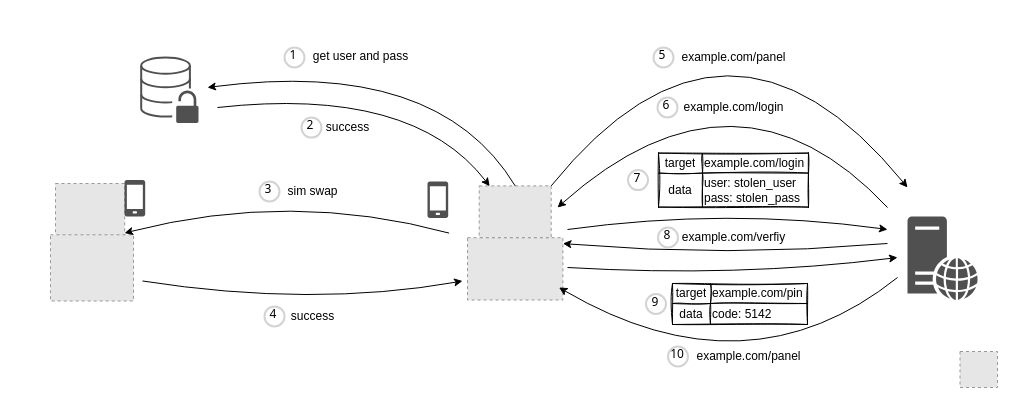
Above: two-factor-authentication-sim-swapping.drawio in qeeqbox/two-factor-authentication-sim-swapping (draw.io), before the change. Source tidied: cells renumbered, new cells numbered last; positions are measured from the earlier drawing's top-left corner, leaving out a move shared by most shapes. Both pictures are drawn from the tidied source at 100%, with x=0, y=0 at pixel (17, -33). Pictures stored in the file or linked from it are replaced by grey dashed boxes.
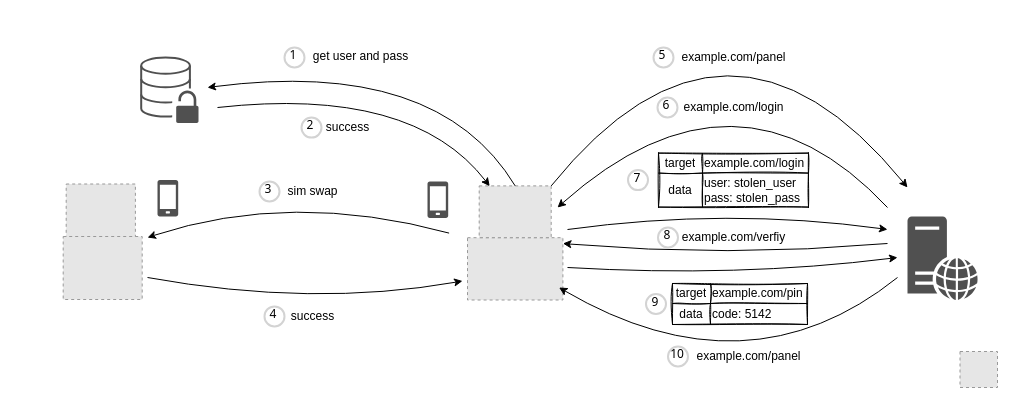
The same diagram, later.

Change to the diagram source:
```diff
@@
     <mxCell id="38" style="curved=1;endArrow=classic;html=1;" parent="1" edge="1">
       <mxGeometry relative="1" as="geometry">
-        <mxPoint x="125" y="313.5" as="sourcePoint" />
+        <mxPoint x="130" y="310" as="sourcePoint" />
         <mxPoint x="445" y="313.5" as="targetPoint" />
         <Array as="points">
           <mxPoint x="295" y="340" />
         </Array>
       </mxGeometry>
     </mxCell>
     <mxCell id="39" style="group;" parent="1" vertex="1">
-      <mxGeometry x="33" y="216" width="83" height="117.5" as="geometry" />
+      <mxGeometry x="43.7" y="214.5" width="84" height="117.5" as="geometry" />
     </mxCell>
     <mxCell id="40" style="fillColor=#E6E6E6;strokeColor=#999999;dashed=1;verticalLabelPosition=bottom;labelBackgroundColor=default;verticalAlign=top;" parent="39" vertex="1">
-      <mxGeometry x="5" width="69.2" height="69.2" as="geometry" />
+      <mxGeometry x="5" y="2" width="69.2" height="69.2" as="geometry" />
     </mxCell>
-    <mxCell id="41" style="fillColor=#E6E6E6;strokeColor=#999999;dashed=1;" parent="39" vertex="1">
-      <mxGeometry y="51.3" width="83" height="66.2" as="geometry" />
-    </mxCell>
+    <mxCell id="60" style="fillColor=#E6E6E6;strokeColor=#999999;dashed=1;verticalLabelPosition=bottom;labelBackgroundColor=default;verticalAlign=top;" parent="39" vertex="1">
+      <mxGeometry x="2" y="54.5" width="79" height="63" as="geometry" />
+    </mxCell>
     <mxCell id="42" style="curved=1;endArrow=classic;html=1;" parent="1" edge="1">
       <mxGeometry relative="1" as="geometry">
         <mxPoint x="431.6" y="265.6" as="sourcePoint" />
-        <mxPoint x="107" y="265.6" as="targetPoint" />
+        <mxPoint x="130" y="270" as="targetPoint" />
         <Array as="points">
           <mxPoint x="274" y="222.6" />
         </Array>
       </mxGeometry>
     </mxCell>
     <mxCell id="43" style="sketch=0;shadow=0;dashed=0;html=1;strokeColor=none;fillColor=#505050;labelPosition=center;verticalLabelPosition=bottom;verticalAlign=top;align=center;shape=mxgraph.office.devices.cell_phone_generic;" parent="1" vertex="1">
-      <mxGeometry x="107" y="212.5" width="20.7" height="36.5" as="geometry" />
+      <mxGeometry x="140" y="212.5" width="20.7" height="36.5" as="geometry" />
     </mxCell>
```
